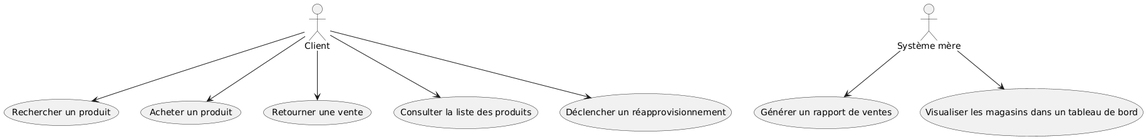
The PlantUML diagram docs/images/cas_utilisation.png in Barlow-Personal-Git/Projet_LOG430, before a commit. Its diagram source:
```plantuml
@startuml
actor "Client" as Client
actor "Système mère" as Systeme

usecase "Rechercher un produit" as UC1
usecase "Acheter un produit" as UC2
usecase "Retourner une vente" as UC3
usecase "Consulter la liste des produits" as UC4
usecase "Déclencher un réapprovisionnement" as UC5
usecase "Générer un rapport de ventes" as UC6
usecase "Visualiser les magasins dans un tableau de bord" as UC7

Client --> UC1
Client --> UC2
Client --> UC3
Client --> UC4
Client --> UC5
Systeme --> UC6
Systeme --> UC7
@enduml
```
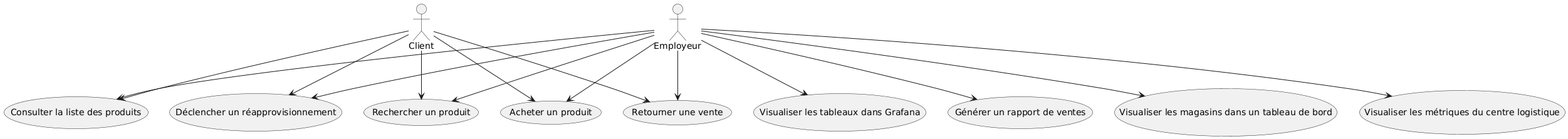
Later version of the same file.

Change to the diagram source:
```diff
@@ -1,6 +1,6 @@
 @startuml
 actor "Client" as Client
-actor "Système mère" as Systeme
+actor "Employeur" as Employeur
 
 usecase "Rechercher un produit" as UC1
 usecase "Acheter un produit" as UC2
@@ -9,12 +9,21 @@
 usecase "Déclencher un réapprovisionnement" as UC5
 usecase "Générer un rapport de ventes" as UC6
 usecase "Visualiser les magasins dans un tableau de bord" as UC7
+usecase "Visualiser les métriques du centre logistique" as UC8
+usecase "Visualiser les tableaux dans Grafana" as UC9
 
 Client --> UC1
 Client --> UC2
 Client --> UC3
 Client --> UC4
 Client --> UC5
-Systeme --> UC6
-Systeme --> UC7
+Employeur --> UC1
+Employeur --> UC2
+Employeur --> UC3
+Employeur --> UC4
+Employeur --> UC5
+Employeur --> UC6
+Employeur --> UC7
+Employeur --> UC8
+Employeur --> UC9
 @enduml
```
